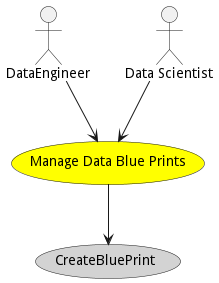
Before: docs/edgemere/diml/ddf/usecases/managedatablueprints/Activities.png, a diagram exported from PlantUML (madajaju/edgemere).
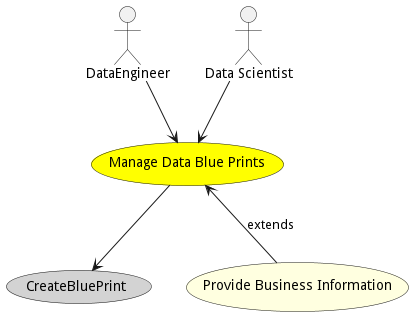
The same file after the commit.

What changed in the source:
```diff
@@ -19,6 +19,10 @@
 
 
 
+usecase "Provide Business Information" as ProvideBusinessInformation #lightyellow
+
+ManageDataBluePrints <-- ProvideBusinessInformation : extends
+
 
 
 
```
